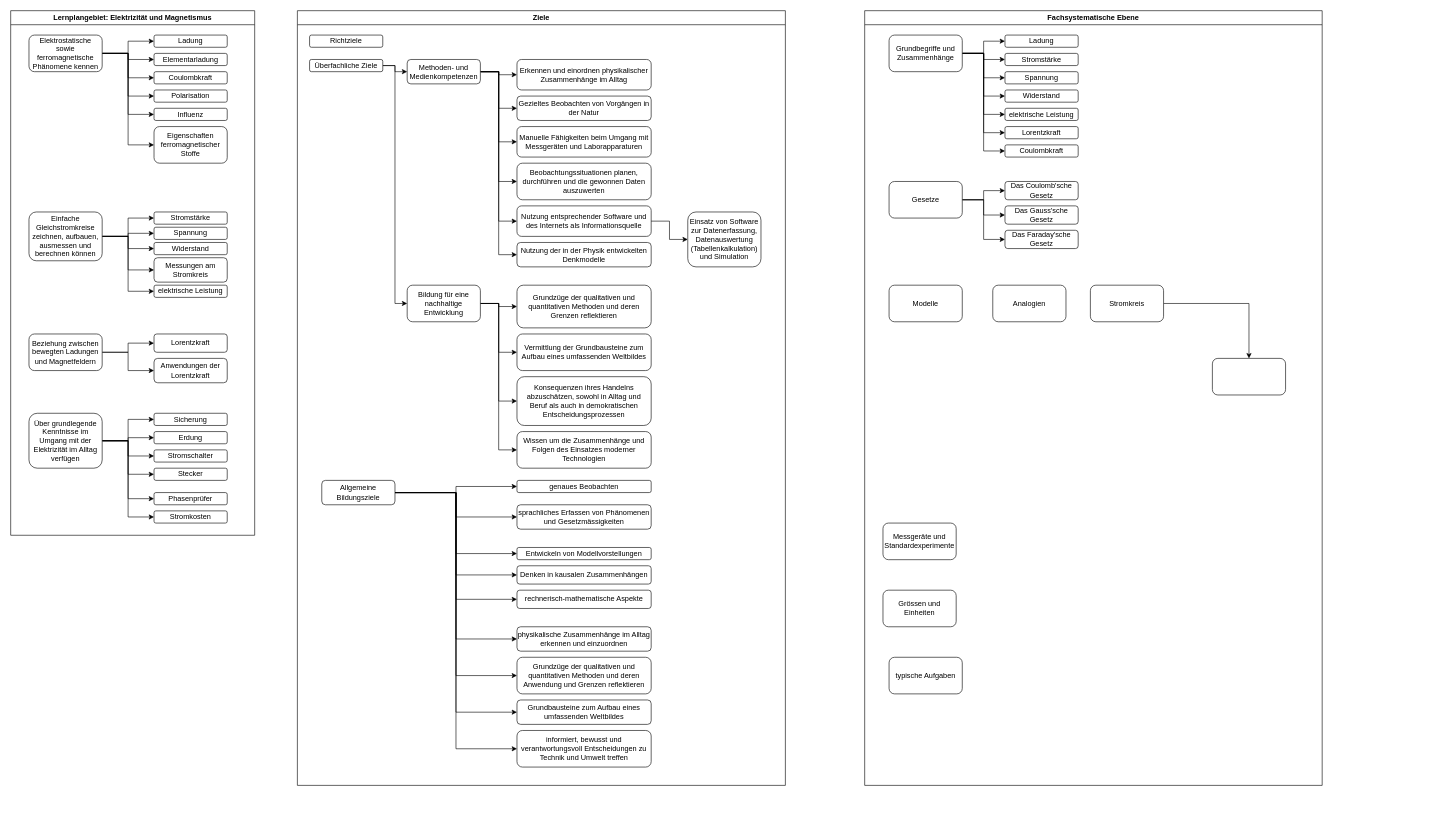
Earlier version of the draw.io diagram fachlandkarte_elektro_magnetismus.drawio (georgkropat/fachdidaktik_physik). Source tidied: cells renumbered, new cells numbered last; positions are measured from the earlier drawing's top-left corner, leaving out a move shared by most shapes. Both pictures are drawn from the tidied source at 61%, with x=0, y=0 at pixel (10, 10).
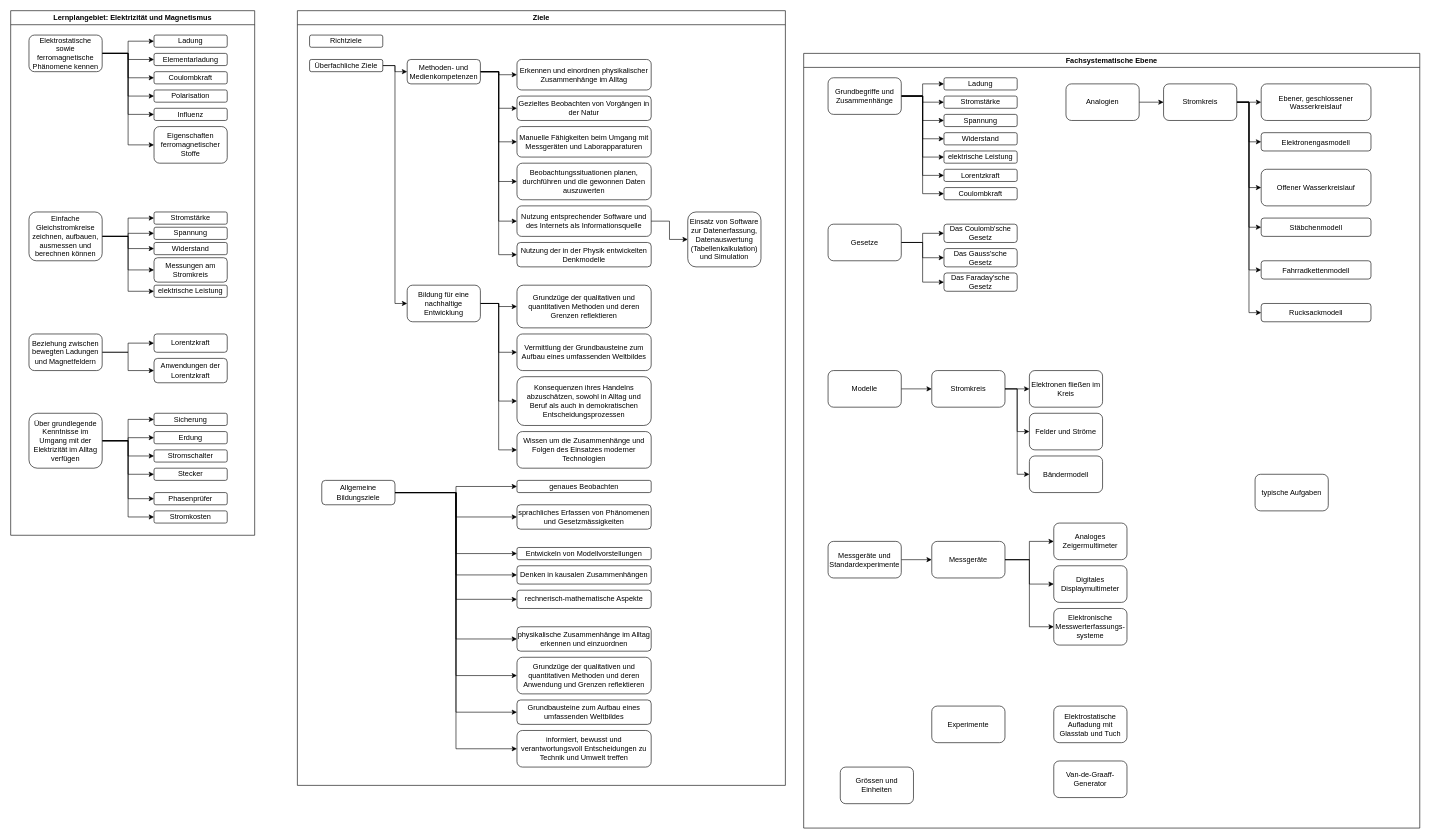
After the change.

Commit message:
Angefangen mit Messgeräten und Standardexperimenten

What changed in the source:
```diff
@@
     <mxCell id="93" value="Fachsystematische Ebene" style="swimlane;whiteSpace=wrap;html=1;" parent="1" vertex="1">
-      <mxGeometry x="1400" width="750" height="1270" as="geometry" />
+      <mxGeometry x="1300" y="70" width="1010" height="1270" as="geometry" />
     </mxCell>
@@
+    <mxCell id="124" style="edgeStyle=orthogonalEdgeStyle;rounded=0;jettySize=auto;html=1;entryX=0;entryY=0.5;entryDx=0;entryDy=0;defaultLabelBackgroundColor=page;labelPadding=0 4;" parent="93" edge="1" source="106" target="144">
+      <mxGeometry relative="1" as="geometry" />
+    </mxCell>
+    <mxCell id="125" style="edgeStyle=orthogonalEdgeStyle;rounded=0;jettySize=auto;html=1;entryX=0;entryY=0.5;entryDx=0;entryDy=0;defaultLabelBackgroundColor=page;labelPadding=0 4;exitX=1;exitY=0.5;exitDx=0;exitDy=0;" parent="93" edge="1" source="144" target="141">
+      <mxGeometry relative="1" as="geometry" />
+    </mxCell>
     <mxCell id="106" value="Modelle" style="rounded=1;whiteSpace=wrap;html=1;roundedPerimeter=1;" parent="93" vertex="1">
-      <mxGeometry x="40" y="450" width="120" height="60" as="geometry" />
+      <mxGeometry x="40" y="520" width="120" height="60" as="geometry" />
     </mxCell>
+    <mxCell id="126" style="edgeStyle=orthogonalEdgeStyle;rounded=0;jettySize=auto;html=1;defaultLabelBackgroundColor=page;labelPadding=0 4;exitX=1;exitY=0.5;exitDx=0;exitDy=0;" parent="93" edge="1" source="150" target="147">
+      <mxGeometry relative="1" as="geometry" />
+    </mxCell>
+    <mxCell id="127" style="edgeStyle=orthogonalEdgeStyle;rounded=0;jettySize=auto;html=1;entryX=0;entryY=0.5;entryDx=0;entryDy=0;defaultLabelBackgroundColor=page;labelPadding=0 4;exitX=1;exitY=0.5;exitDx=0;exitDy=0;" parent="93" edge="1" source="150" target="148">
+      <mxGeometry relative="1" as="geometry" />
+    </mxCell>
+    <mxCell id="128" style="edgeStyle=orthogonalEdgeStyle;rounded=0;jettySize=auto;html=1;entryX=0;entryY=0.5;entryDx=0;entryDy=0;defaultLabelBackgroundColor=page;labelPadding=0 4;exitX=1;exitY=0.5;exitDx=0;exitDy=0;" parent="93" edge="1" source="150" target="149">
+      <mxGeometry relative="1" as="geometry" />
+    </mxCell>
+    <mxCell id="129" style="edgeStyle=orthogonalEdgeStyle;rounded=0;jettySize=auto;html=1;entryX=0;entryY=0.5;entryDx=0;entryDy=0;defaultLabelBackgroundColor=page;labelPadding=0 4;" parent="93" edge="1" source="107" target="150">
+      <mxGeometry relative="1" as="geometry" />
+    </mxCell>
     <mxCell id="107" value="Messgeräte und Standardexperimente" style="rounded=1;whiteSpace=wrap;html=1;roundedPerimeter=1;" parent="93" vertex="1">
-      <mxGeometry x="30" y="840" width="120" height="60" as="geometry" />
+      <mxGeometry x="40" y="800" width="120" height="60" as="geometry" />
     </mxCell>
     <mxCell id="108" value="Grössen und Einheiten" style="rounded=1;whiteSpace=wrap;html=1;roundedPerimeter=1;" parent="93" vertex="1">
-      <mxGeometry x="30" y="950" width="120" height="60" as="geometry" />
+      <mxGeometry x="60" y="1170" width="120" height="60" as="geometry" />
     </mxCell>
     <mxCell id="109" value="typische Aufgaben" style="rounded=1;whiteSpace=wrap;html=1;roundedPerimeter=1;" parent="93" vertex="1">
-      <mxGeometry x="40" y="1060" width="120" height="60" as="geometry" />
+      <mxGeometry x="740" y="690" width="120" height="60" as="geometry" />
     </mxCell>
@@
+    <mxCell id="130" style="edgeStyle=orthogonalEdgeStyle;rounded=0;jettySize=auto;html=1;entryX=0;entryY=0.5;entryDx=0;entryDy=0;defaultLabelBackgroundColor=page;labelPadding=0 4;" parent="93" edge="1" source="120" target="122">
+      <mxGeometry relative="1" as="geometry" />
+    </mxCell>
     <mxCell id="120" value="Analogien" style="rounded=1;whiteSpace=wrap;html=1;roundedPerimeter=1;" parent="93" vertex="1">
-      <mxGeometry x="210" y="450" width="120" height="60" as="geometry" />
+      <mxGeometry x="430" y="50" width="120" height="60" as="geometry" />
     </mxCell>
-    <mxCell id="121" style="edgeStyle=orthogonalEdgeStyle;rounded=0;jettySize=auto;html=1;defaultLabelBackgroundColor=page;labelPadding=0 4;" parent="93" edge="1" source="122" target="123">
+    <mxCell id="121" style="edgeStyle=orthogonalEdgeStyle;rounded=0;jettySize=auto;html=1;defaultLabelBackgroundColor=page;labelPadding=0 4;entryX=0;entryY=0.5;entryDx=0;entryDy=0;" parent="93" edge="1" source="122" target="123">
       <mxGeometry relative="1" as="geometry" />
     </mxCell>
+    <mxCell id="131" style="edgeStyle=orthogonalEdgeStyle;rounded=0;jettySize=auto;html=1;entryX=0;entryY=0.5;entryDx=0;entryDy=0;defaultLabelBackgroundColor=page;labelPadding=0 4;" parent="93" edge="1" source="122" target="136">
+      <mxGeometry relative="1" as="geometry" />
+    </mxCell>
+    <mxCell id="132" style="edgeStyle=orthogonalEdgeStyle;rounded=0;jettySize=auto;html=1;entryX=0;entryY=0.5;entryDx=0;entryDy=0;defaultLabelBackgroundColor=page;labelPadding=0 4;" parent="93" edge="1" source="122" target="137">
+      <mxGeometry relative="1" as="geometry" />
+    </mxCell>
+    <mxCell id="133" style="edgeStyle=orthogonalEdgeStyle;rounded=0;jettySize=auto;html=1;entryX=0;entryY=0.5;entryDx=0;entryDy=0;defaultLabelBackgroundColor=page;labelPadding=0 4;" parent="93" edge="1" source="122" target="138">
+      <mxGeometry relative="1" as="geometry" />
+    </mxCell>
+    <mxCell id="134" style="edgeStyle=orthogonalEdgeStyle;rounded=0;jettySize=auto;html=1;entryX=0;entryY=0.5;entryDx=0;entryDy=0;defaultLabelBackgroundColor=page;labelPadding=0 4;" parent="93" edge="1" source="122" target="139">
+      <mxGeometry relative="1" as="geometry" />
+    </mxCell>
+    <mxCell id="135" style="edgeStyle=orthogonalEdgeStyle;rounded=0;jettySize=auto;html=1;entryX=0;entryY=0.5;entryDx=0;entryDy=0;defaultLabelBackgroundColor=page;labelPadding=0 4;" parent="93" edge="1" source="122" target="140">
+      <mxGeometry relative="1" as="geometry" />
+    </mxCell>
     <mxCell id="122" value="Stromkreis" style="rounded=1;whiteSpace=wrap;html=1;roundedPerimeter=1;" parent="93" vertex="1">
-      <mxGeometry x="370" y="450" width="120" height="60" as="geometry" />
+      <mxGeometry x="590" y="50" width="120" height="60" as="geometry" />
     </mxCell>
-    <mxCell id="123" style="rounded=1;whiteSpace=wrap;html=1;roundedPerimeter=1;" parent="93" vertex="1">
-      <mxGeometry x="570" y="570" width="120" height="60" as="geometry" />
+    <mxCell id="123" value="&lt;p style=&quot;margin: 0px; font-style: normal; font-variant-caps: normal; font-weight: normal; font-width: normal; line-height: normal; font-family: Helvetica; font-size-adjust: none; font-kerning: auto; font-variant-alternates: normal; font-variant-ligatures: normal; font-variant-numeric: normal; font-variant-east-asian: normal; font-variant-position: normal; font-feature-settings: normal; font-optical-sizing: auto; font-variation-settings: normal; color: rgb(0, 0, 0);&quot;&gt;&lt;font style=&quot;font-size: 12px;&quot;&gt;Ebener, geschlossener Wasserkreislauf&lt;/font&gt;&lt;/p&gt;" style="rounded=1;whiteSpace=wrap;html=1;roundedPerimeter=1;" parent="93" vertex="1">
+      <mxGeometry x="750" y="50" width="180" height="60" as="geometry" />
     </mxCell>
+    <mxCell id="136" value="&lt;p style=&quot;margin: 0px; font-style: normal; font-variant-caps: normal; font-weight: normal; font-width: normal; line-height: normal; font-family: Helvetica; font-size-adjust: none; font-kerning: auto; font-variant-alternates: normal; font-variant-ligatures: normal; font-variant-numeric: normal; font-variant-east-asian: normal; font-variant-position: normal; font-feature-settings: normal; font-optical-sizing: auto; font-variation-settings: normal; color: rgb(0, 0, 0);&quot;&gt;&lt;font style=&quot;font-size: 12px;&quot;&gt;Elektronengasmodell&lt;/font&gt;&lt;/p&gt;" style="rounded=1;whiteSpace=wrap;html=1;roundedPerimeter=1;" parent="93" vertex="1">
+      <mxGeometry x="750" y="130" width="180" height="30" as="geometry" />
+    </mxCell>
+    <mxCell id="137" value="&lt;p style=&quot;margin: 0px; font-style: normal; font-variant-caps: normal; font-weight: normal; font-width: normal; line-height: normal; font-family: Helvetica; font-size-adjust: none; font-kerning: auto; font-variant-alternates: normal; font-variant-ligatures: normal; font-variant-numeric: normal; font-variant-east-asian: normal; font-variant-position: normal; font-feature-settings: normal; font-optical-sizing: auto; font-variation-settings: normal; color: rgb(0, 0, 0);&quot;&gt;&lt;font style=&quot;font-size: 12px;&quot;&gt;Offener Wasserkreislauf&lt;/font&gt;&lt;/p&gt;" style="rounded=1;whiteSpace=wrap;html=1;roundedPerimeter=1;" parent="93" vertex="1">
+      <mxGeometry x="750" y="190" width="180" height="60" as="geometry" />
+    </mxCell>
+    <mxCell id="138" value="&lt;p style=&quot;margin: 0px; font-style: normal; font-variant-caps: normal; font-weight: normal; font-width: normal; line-height: normal; font-family: Helvetica; font-size-adjust: none; font-kerning: auto; font-variant-alternates: normal; font-variant-ligatures: normal; font-variant-numeric: normal; font-variant-east-asian: normal; font-variant-position: normal; font-feature-settings: normal; font-optical-sizing: auto; font-variation-settings: normal; color: rgb(0, 0, 0);&quot;&gt;&lt;font style=&quot;font-size: 12px;&quot;&gt;Stäbchenmodell&lt;/font&gt;&lt;/p&gt;" style="rounded=1;whiteSpace=wrap;html=1;roundedPerimeter=1;" parent="93" vertex="1">
+      <mxGeometry x="750" y="270" width="180" height="30" as="geometry" />
+    </mxCell>
+    <mxCell id="139" value="&lt;p style=&quot;margin: 0px; font-style: normal; font-variant-caps: normal; font-weight: normal; font-width: normal; line-height: normal; font-family: Helvetica; font-size-adjust: none; font-kerning: auto; font-variant-alternates: normal; font-variant-ligatures: normal; font-variant-numeric: normal; font-variant-east-asian: normal; font-variant-position: normal; font-feature-settings: normal; font-optical-sizing: auto; font-variation-settings: normal; color: rgb(0, 0, 0);&quot;&gt;&lt;font style=&quot;font-size: 12px;&quot;&gt;Fahrradkettenmodell&lt;/font&gt;&lt;/p&gt;" style="rounded=1;whiteSpace=wrap;html=1;roundedPerimeter=1;" parent="93" vertex="1">
+      <mxGeometry x="750" y="340" width="180" height="30" as="geometry" />
+    </mxCell>
+    <mxCell id="140" value="&lt;p style=&quot;margin: 0px; font-style: normal; font-variant-caps: normal; font-weight: normal; font-width: normal; line-height: normal; font-family: Helvetica; font-size-adjust: none; font-kerning: auto; font-variant-alternates: normal; font-variant-ligatures: normal; font-variant-numeric: normal; font-variant-east-asian: normal; font-variant-position: normal; font-feature-settings: normal; font-optical-sizing: auto; font-variation-settings: normal; color: rgb(0, 0, 0);&quot;&gt;&lt;font style=&quot;font-size: 12px;&quot;&gt;Rucksackmodell&lt;/font&gt;&lt;/p&gt;" style="rounded=1;whiteSpace=wrap;html=1;roundedPerimeter=1;" parent="93" vertex="1">
+      <mxGeometry x="750" y="410" width="180" height="30" as="geometry" />
+    </mxCell>
+    <mxCell id="141" value="&lt;p style=&quot;margin: 0px; font-style: normal; font-variant-caps: normal; font-weight: normal; font-width: normal; line-height: normal; font-family: Helvetica; font-size-adjust: none; font-kerning: auto; font-variant-alternates: normal; font-variant-ligatures: normal; font-variant-numeric: normal; font-variant-east-asian: normal; font-variant-position: normal; font-feature-settings: normal; font-optical-sizing: auto; font-variation-settings: normal; color: rgb(0, 0, 0);&quot;&gt;&lt;font style=&quot;font-size: 12px;&quot;&gt;Elektronen fließen im Kreis&lt;/font&gt;&lt;/p&gt;" style="rounded=1;whiteSpace=wrap;html=1;roundedPerimeter=1;" parent="93" vertex="1">
+      <mxGeometry x="370" y="520" width="120" height="60" as="geometry" />
+    </mxCell>
+    <mxCell id="142" style="edgeStyle=orthogonalEdgeStyle;rounded=0;jettySize=auto;html=1;entryX=0;entryY=0.5;entryDx=0;entryDy=0;defaultLabelBackgroundColor=page;labelPadding=0 4;" parent="93" edge="1" source="144" target="145">
+      <mxGeometry relative="1" as="geometry" />
+    </mxCell>
+    <mxCell id="143" style="edgeStyle=orthogonalEdgeStyle;rounded=0;jettySize=auto;html=1;entryX=0;entryY=0.5;entryDx=0;entryDy=0;defaultLabelBackgroundColor=page;labelPadding=0 4;" parent="93" edge="1" source="144" target="146">
+      <mxGeometry relative="1" as="geometry" />
+    </mxCell>
+    <mxCell id="144" value="Stromkreis" style="rounded=1;whiteSpace=wrap;html=1;roundedPerimeter=1;" parent="93" vertex="1">
+      <mxGeometry x="210" y="520" width="120" height="60" as="geometry" />
+    </mxCell>
+    <mxCell id="145" value="&lt;p style=&quot;margin: 0px; font-style: normal; font-variant-caps: normal; font-weight: normal; font-width: normal; line-height: normal; font-family: Helvetica; font-size-adjust: none; font-kerning: auto; font-variant-alternates: normal; font-variant-ligatures: normal; font-variant-numeric: normal; font-variant-east-asian: normal; font-variant-position: normal; font-feature-settings: normal; font-optical-sizing: auto; font-variation-settings: normal; color: rgb(0, 0, 0);&quot;&gt;&lt;font style=&quot;font-size: 12px;&quot;&gt;Felder und Ströme&lt;/font&gt;&lt;/p&gt;" style="rounded=1;whiteSpace=wrap;html=1;roundedPerimeter=1;" parent="93" vertex="1">
+      <mxGeometry x="370" y="590" width="120" height="60" as="geometry" />
+    </mxCell>
+    <mxCell id="146" value="&lt;p style=&quot;margin: 0px; font-style: normal; font-variant-caps: normal; font-weight: normal; font-width: normal; line-height: normal; font-family: Helvetica; font-size-adjust: none; font-kerning: auto; font-variant-alternates: normal; font-variant-ligatures: normal; font-variant-numeric: normal; font-variant-east-asian: normal; font-variant-position: normal; font-feature-settings: normal; font-optical-sizing: auto; font-variation-settings: normal; color: rgb(0, 0, 0);&quot;&gt;&lt;font style=&quot;font-size: 12px;&quot;&gt;Bändermodell&lt;/font&gt;&lt;/p&gt;" style="rounded=1;whiteSpace=wrap;html=1;roundedPerimeter=1;" parent="93" vertex="1">
+      <mxGeometry x="370" y="660" width="120" height="60" as="geometry" />
+    </mxCell>
+    <mxCell id="147" value="Analoges Zeigermultimeter" style="whiteSpace=wrap;html=1;rounded=1;roundedPerimeter=1;" parent="93" vertex="1">
+      <mxGeometry x="410" y="770" width="120" height="60" as="geometry" />
+    </mxCell>
+    <mxCell id="148" value="Digitales Displaymultimeter" style="rounded=1;whiteSpace=wrap;html=1;roundedPerimeter=1;" parent="93" vertex="1">
+      <mxGeometry x="410" y="840" width="120" height="60" as="geometry" />
+    </mxCell>
+    <mxCell id="149" value="Elektronische Messwerterfassungs-systeme" style="rounded=1;whiteSpace=wrap;html=1;roundedPerimeter=1;" parent="93" vertex="1">
+      <mxGeometry x="410" y="910" width="120" height="60" as="geometry" />
+    </mxCell>
+    <mxCell id="150" value="Messgeräte" style="rounded=1;whiteSpace=wrap;html=1;roundedPerimeter=1;" parent="93" vertex="1">
+      <mxGeometry x="210" y="800" width="120" height="60" as="geometry" />
+    </mxCell>
+    <mxCell id="151" value="&lt;p style=&quot;margin: 0px; font-style: normal; font-variant-caps: normal; font-weight: normal; font-width: normal; line-height: normal; font-family: Helvetica; font-size-adjust: none; font-kerning: auto; font-variant-alternates: normal; font-variant-ligatures: normal; font-variant-numeric: normal; font-variant-east-asian: normal; font-variant-position: normal; font-feature-settings: normal; font-optical-sizing: auto; font-variation-settings: normal; color: rgb(0, 0, 0);&quot;&gt;&lt;font style=&quot;font-size: 12px;&quot;&gt;Experimente&lt;/font&gt;&lt;/p&gt;" style="rounded=1;whiteSpace=wrap;html=1;roundedPerimeter=1;" parent="93" vertex="1">
+      <mxGeometry x="210" y="1070" width="120" height="60" as="geometry" />
+    </mxCell>
+    <mxCell id="152" value="&lt;p style=&quot;margin: 0px; font-style: normal; font-variant-caps: normal; font-weight: normal; font-width: normal; line-height: normal; font-family: Helvetica; font-size-adjust: none; font-kerning: auto; font-variant-alternates: normal; font-variant-ligatures: normal; font-variant-numeric: normal; font-variant-east-asian: normal; font-variant-position: normal; font-feature-settings: normal; font-optical-sizing: auto; font-variation-settings: normal; color: rgb(0, 0, 0);&quot;&gt;&lt;font style=&quot;font-size: 12px;&quot;&gt;Elektrostatische Aufladung mit Glasstab und Tuch&lt;/font&gt;&lt;/p&gt;" style="rounded=1;whiteSpace=wrap;html=1;roundedPerimeter=1;" parent="93" vertex="1">
+      <mxGeometry x="410" y="1070" width="120" height="60" as="geometry" />
+    </mxCell>
+    <mxCell id="153" value="Van-de-Graaff-Generator" style="rounded=1;whiteSpace=wrap;html=1;roundedPerimeter=1;" parent="93" vertex="1">
+      <mxGeometry x="410" y="1160" width="120" height="60" as="geometry" />
+    </mxCell>
```
